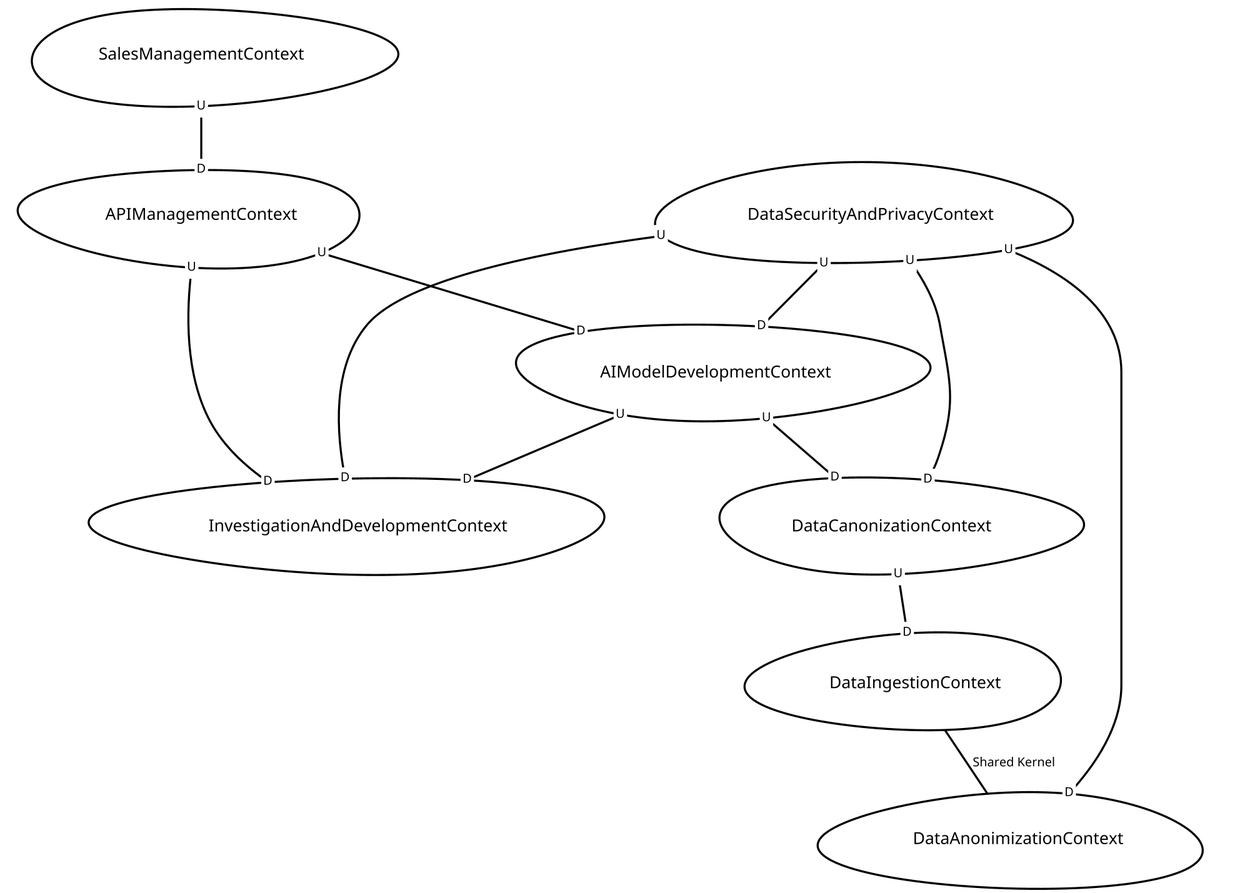
Earlier version of the Graphviz export src-gen/As-Is_ContextMap.png (caromerom1/apps-no-monoliticas). Its source is kept beside it as src-gen/As-Is_ContextMap.gv.
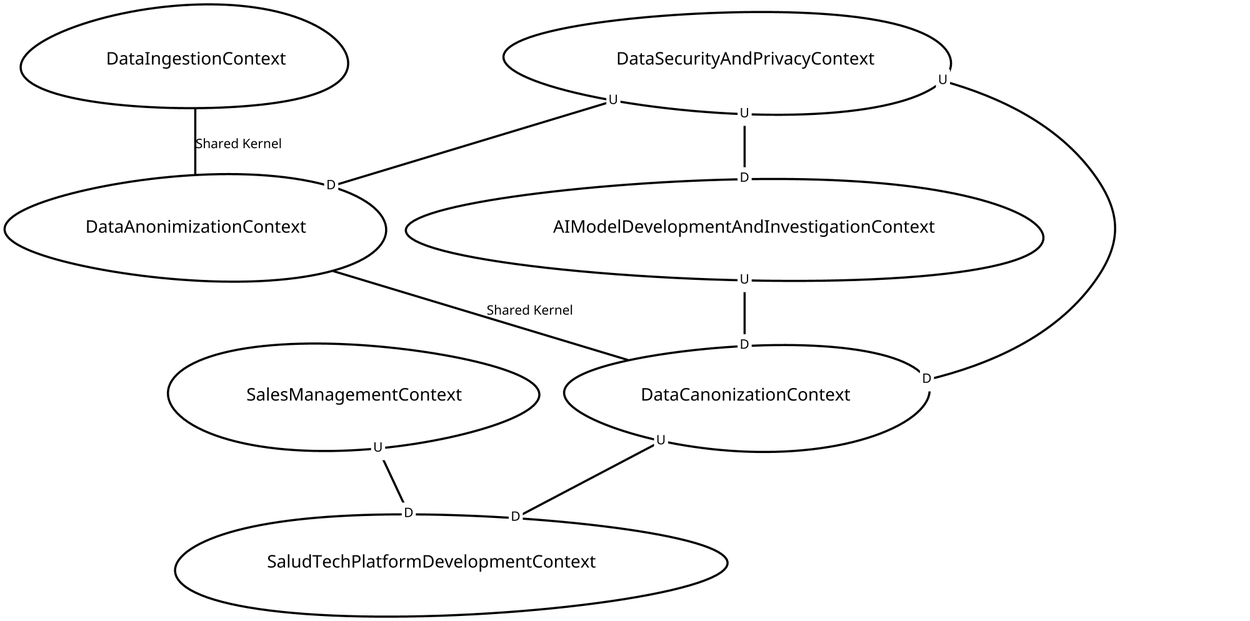
The same diagram one commit later.

The edit, as a diff of the source:
```diff
@@ -1,50 +1,30 @@
 digraph "ContextMapGraph" {
 graph ["imagepath"="/tmp/GraphvizJava"]
-"AIModelDevelopmentContext" ["margin"="0.3","orientation"="29","shape"="egg","fontsize"="16","style"="bold","label"="AIModelDevelopmentContext\n","fontname"="sans-serif"]
-"DataCanonizationContext" ["margin"="0.3","orientation"="28","shape"="egg","fontsize"="16","style"="bold","label"="DataCanonizationContext\n","fontname"="sans-serif"]
-"DataIngestionContext" ["margin"="0.3","orientation"="314","shape"="egg","fontsize"="16","style"="bold","label"="DataIngestionContext\n","fontname"="sans-serif"]
-"DataAnonimizationContext" ["margin"="0.3","orientation"="158","shape"="egg","fontsize"="16","style"="bold","label"="DataAnonimizationContext\n","fontname"="sans-serif"]
-"InvestigationAndDevelopmentContext" ["margin"="0.3","orientation"="172","shape"="egg","fontsize"="16","style"="bold","label"="InvestigationAndDevelopmentContext\n","fontname"="sans-serif"]
-"APIManagementContext" ["margin"="0.3","orientation"="189","shape"="egg","fontsize"="16","style"="bold","label"="APIManagementContext\n","fontname"="sans-serif"]
-"DataSecurityAndPrivacyContext" ["margin"="0.3","orientation"="242","shape"="egg","fontsize"="16","style"="bold","label"="DataSecurityAndPrivacyContext\n","fontname"="sans-serif"]
-"SalesManagementContext" ["margin"="0.3","orientation"="89","shape"="egg","fontsize"="16","style"="bold","label"="SalesManagementContext\n","fontname"="sans-serif"]
-"AIModelDevelopmentContext" -> "DataCanonizationContext" ["headlabel"=<<table cellspacing="0" cellborder="0" border="0">
+"AIModelDevelopmentAndInvestigationContext" ["margin"="0.3","orientation"="119","shape"="egg","fontsize"="16","style"="bold","label"="AIModelDevelopmentAndInvestigationContext\n","fontname"="sans-serif"]
+"DataCanonizationContext" ["margin"="0.3","orientation"="119","shape"="egg","fontsize"="16","style"="bold","label"="DataCanonizationContext\n","fontname"="sans-serif"]
+"SaludTechPlatformDevelopmentContext" ["margin"="0.3","orientation"="105","shape"="egg","fontsize"="16","style"="bold","label"="SaludTechPlatformDevelopmentContext\n","fontname"="sans-serif"]
+"DataAnonimizationContext" ["margin"="0.3","orientation"="162","shape"="egg","fontsize"="16","style"="bold","label"="DataAnonimizationContext\n","fontname"="sans-serif"]
+"DataIngestionContext" ["margin"="0.3","orientation"="228","shape"="egg","fontsize"="16","style"="bold","label"="DataIngestionContext\n","fontname"="sans-serif"]
+"DataSecurityAndPrivacyContext" ["margin"="0.3","orientation"="40","shape"="egg","fontsize"="16","style"="bold","label"="DataSecurityAndPrivacyContext\n","fontname"="sans-serif"]
+"SalesManagementContext" ["margin"="0.3","orientation"="0","shape"="egg","fontsize"="16","style"="bold","label"="SalesManagementContext\n","fontname"="sans-serif"]
+"AIModelDevelopmentAndInvestigationContext" -> "DataCanonizationContext" ["headlabel"=<<table cellspacing="0" cellborder="0" border="0">
 <tr><td bgcolor="white">D</td></tr>
 </table>>,"labeldistance"="0","fontsize"="12","taillabel"=<<table cellspacing="0" cellborder="0" border="0">
 <tr><td bgcolor="white">U</td></tr>
 </table>>,"style"="bold","label"="                                        ","dir"="none","fontname"="sans-serif"]
-"AIModelDevelopmentContext" -> "InvestigationAndDevelopmentContext" ["headlabel"=<<table cellspacing="0" cellborder="0" border="0">
+"DataCanonizationContext" -> "SaludTechPlatformDevelopmentContext" ["headlabel"=<<table cellspacing="0" cellborder="0" border="0">
 <tr><td bgcolor="white">D</td></tr>
 </table>>,"labeldistance"="0","fontsize"="12","taillabel"=<<table cellspacing="0" cellborder="0" border="0">
 <tr><td bgcolor="white">U</td></tr>
 </table>>,"style"="bold","label"="                                        ","dir"="none","fontname"="sans-serif"]
-"DataCanonizationContext" -> "DataIngestionContext" ["headlabel"=<<table cellspacing="0" cellborder="0" border="0">
+"DataAnonimizationContext" -> "DataCanonizationContext" ["fontsize"="12","style"="bold","label"="Shared Kernel","dir"="none","fontname"="sans-serif"]
+"DataIngestionContext" -> "DataAnonimizationContext" ["fontsize"="12","style"="bold","label"="Shared Kernel","dir"="none","fontname"="sans-serif"]
+"DataSecurityAndPrivacyContext" -> "DataAnonimizationContext" ["headlabel"=<<table cellspacing="0" cellborder="0" border="0">
 <tr><td bgcolor="white">D</td></tr>
 </table>>,"labeldistance"="0","fontsize"="12","taillabel"=<<table cellspacing="0" cellborder="0" border="0">
 <tr><td bgcolor="white">U</td></tr>
 </table>>,"style"="bold","label"="                                        ","dir"="none","fontname"="sans-serif"]
-"DataIngestionContext" -> "DataAnonimizationContext" ["fontsize"="12","style"="bold","label"="Shared Kernel","dir"="none","fontname"="sans-serif"]
-"APIManagementContext" -> "AIModelDevelopmentContext" ["headlabel"=<<table cellspacing="0" cellborder="0" border="0">
-<tr><td bgcolor="white">D</td></tr>
-</table>>,"labeldistance"="0","fontsize"="12","taillabel"=<<table cellspacing="0" cellborder="0" border="0">
-<tr><td bgcolor="white">U</td></tr>
-</table>>,"style"="bold","label"="                                        ","dir"="none","fontname"="sans-serif"]
-"APIManagementContext" -> "InvestigationAndDevelopmentContext" ["headlabel"=<<table cellspacing="0" cellborder="0" border="0">
-<tr><td bgcolor="white">D</td></tr>
-</table>>,"labeldistance"="0","fontsize"="12","taillabel"=<<table cellspacing="0" cellborder="0" border="0">
-<tr><td bgcolor="white">U</td></tr>
-</table>>,"style"="bold","label"="                                        ","dir"="none","fontname"="sans-serif"]
-"DataSecurityAndPrivacyContext" -> "AIModelDevelopmentContext" ["headlabel"=<<table cellspacing="0" cellborder="0" border="0">
-<tr><td bgcolor="white">D</td></tr>
-</table>>,"labeldistance"="0","fontsize"="12","taillabel"=<<table cellspacing="0" cellborder="0" border="0">
-<tr><td bgcolor="white">U</td></tr>
-</table>>,"style"="bold","label"="                                        ","dir"="none","fontname"="sans-serif"]
-"DataSecurityAndPrivacyContext" -> "InvestigationAndDevelopmentContext" ["headlabel"=<<table cellspacing="0" cellborder="0" border="0">
-<tr><td bgcolor="white">D</td></tr>
-</table>>,"labeldistance"="0","fontsize"="12","taillabel"=<<table cellspacing="0" cellborder="0" border="0">
-<tr><td bgcolor="white">U</td></tr>
-</table>>,"style"="bold","label"="                                        ","dir"="none","fontname"="sans-serif"]
-"DataSecurityAndPrivacyContext" -> "DataAnonimizationContext" ["headlabel"=<<table cellspacing="0" cellborder="0" border="0">
+"DataSecurityAndPrivacyContext" -> "AIModelDevelopmentAndInvestigationContext" ["headlabel"=<<table cellspacing="0" cellborder="0" border="0">
 <tr><td bgcolor="white">D</td></tr>
 </table>>,"labeldistance"="0","fontsize"="12","taillabel"=<<table cellspacing="0" cellborder="0" border="0">
 <tr><td bgcolor="white">U</td></tr>
@@ -54,7 +34,7 @@
 </table>>,"labeldistance"="0","fontsize"="12","taillabel"=<<table cellspacing="0" cellborder="0" border="0">
 <tr><td bgcolor="white">U</td></tr>
 </table>>,"style"="bold","label"="                                        ","dir"="none","fontname"="sans-serif"]
-"SalesManagementContext" -> "APIManagementContext" ["headlabel"=<<table cellspacing="0" cellborder="0" border="0">
+"SalesManagementContext" -> "SaludTechPlatformDevelopmentContext" ["headlabel"=<<table cellspacing="0" cellborder="0" border="0">
 <tr><td bgcolor="white">D</td></tr>
 </table>>,"labeldistance"="0","fontsize"="12","taillabel"=<<table cellspacing="0" cellborder="0" border="0">
 <tr><td bgcolor="white">U</td></tr>
```
